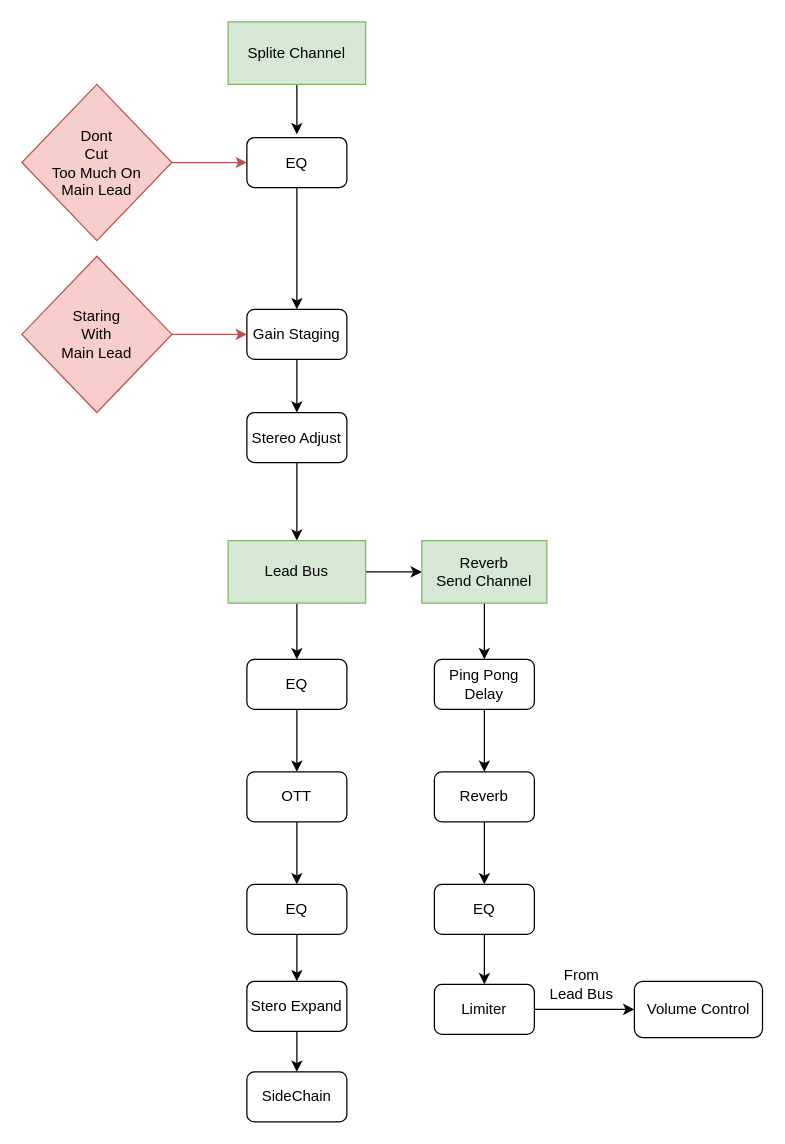
The draw.io diagram Pro House Mixing/Emotional Pro House Chord Mixing.drawio in houance/Music-Illustration, before the edit. Source tidied: cells renumbered, new cells numbered last; positions are measured from the earlier drawing's top-left corner, leaving out a move shared by most shapes. Both pictures are drawn from the tidied source at 125%, with x=0, y=0 at pixel (21, 21).
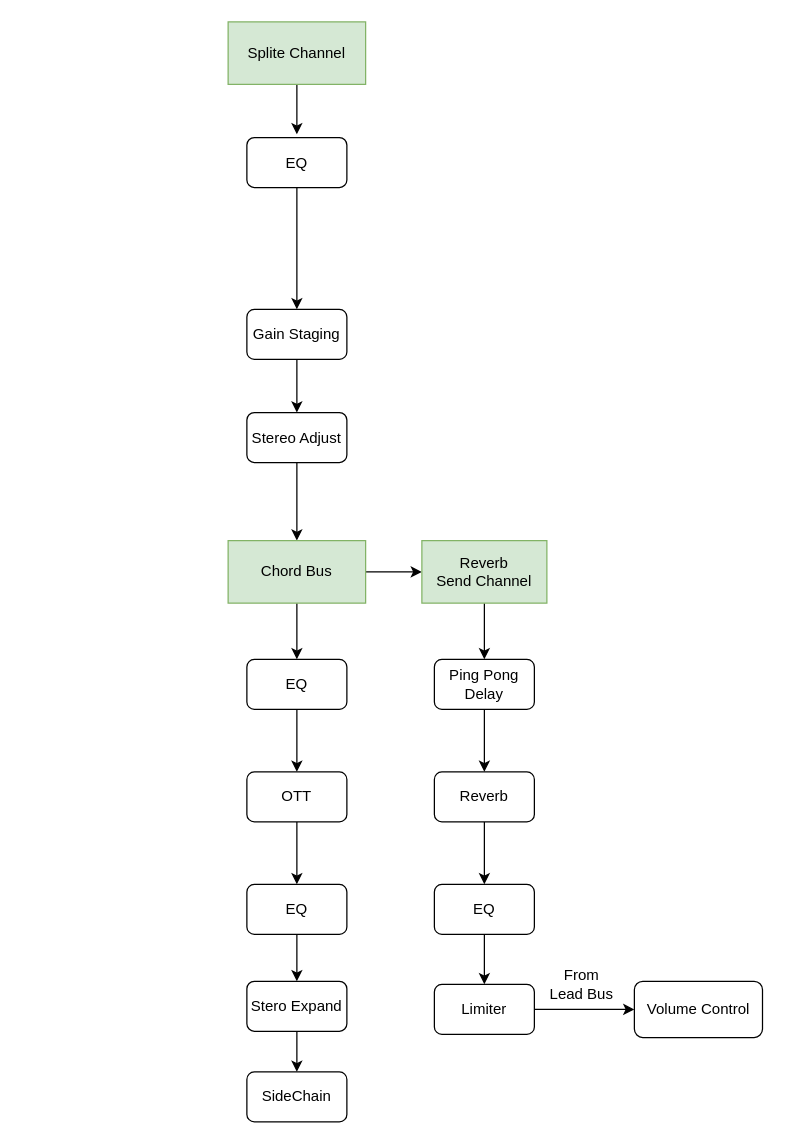
Above is the later version.

Unchanged cells that the change refers to:
```xml
<mxCell id="3" value="EQ" style="rounded=1;whiteSpace=wrap;html=1;" parent="1" vertex="1">
  <mxGeometry x="180" y="92.5" width="80" height="40" as="geometry" />
</mxCell>
<mxCell id="5" value="Gain Staging" style="rounded=1;whiteSpace=wrap;html=1;" parent="1" vertex="1">
  <mxGeometry x="180" y="230" width="80" height="40" as="geometry" />
</mxCell>
```

What changed in the source:
```diff
@@
-    <mxCell id="6" style="edgeStyle=orthogonalEdgeStyle;rounded=0;jettySize=auto;html=1;entryX=0;entryY=0.5;entryDx=0;entryDy=0;fillColor=#f8cecc;strokeColor=#b85450;" parent="1" edge="1" source="7" target="5">
-      <mxGeometry relative="1" as="geometry" />
-    </mxCell>
-    <mxCell id="7" value="Staring&lt;br&gt;With&lt;br&gt;Main Lead" style="rhombus;whiteSpace=wrap;html=1;fillColor=#f8cecc;strokeColor=#b85450;" parent="1" vertex="1">
-      <mxGeometry y="187.5" width="120" height="125" as="geometry" />
-    </mxCell>
-    <mxCell id="8" style="edgeStyle=orthogonalEdgeStyle;rounded=0;jettySize=auto;html=1;fillColor=#f8cecc;strokeColor=#b85450;" parent="1" edge="1" source="9" target="3">
-      <mxGeometry relative="1" as="geometry" />
-    </mxCell>
-    <mxCell id="9" value="Dont&lt;br&gt;Cut&lt;br&gt;Too Much On&lt;br&gt;Main Lead" style="rhombus;whiteSpace=wrap;html=1;fillColor=#f8cecc;strokeColor=#b85450;" parent="1" vertex="1">
-      <mxGeometry y="50" width="120" height="125" as="geometry" />
-    </mxCell>
@@
-    <mxCell id="20" value="Lead Bus" style="rounded=0;whiteSpace=wrap;html=1;fillColor=#d5e8d4;strokeColor=#82b366;" parent="1" vertex="1">
+    <mxCell id="20" value="Chord Bus" style="rounded=0;whiteSpace=wrap;html=1;fillColor=#d5e8d4;strokeColor=#82b366;" parent="1" vertex="1">
       <mxGeometry x="165" y="415" width="110" height="50" as="geometry" />
     </mxCell>
```
